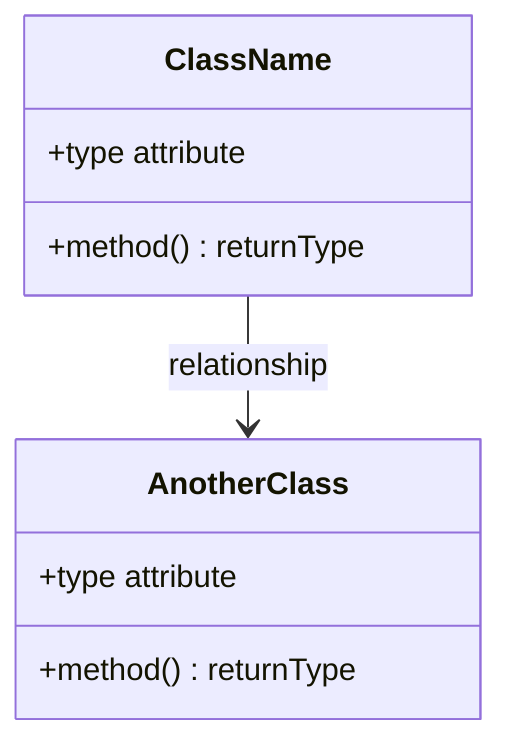
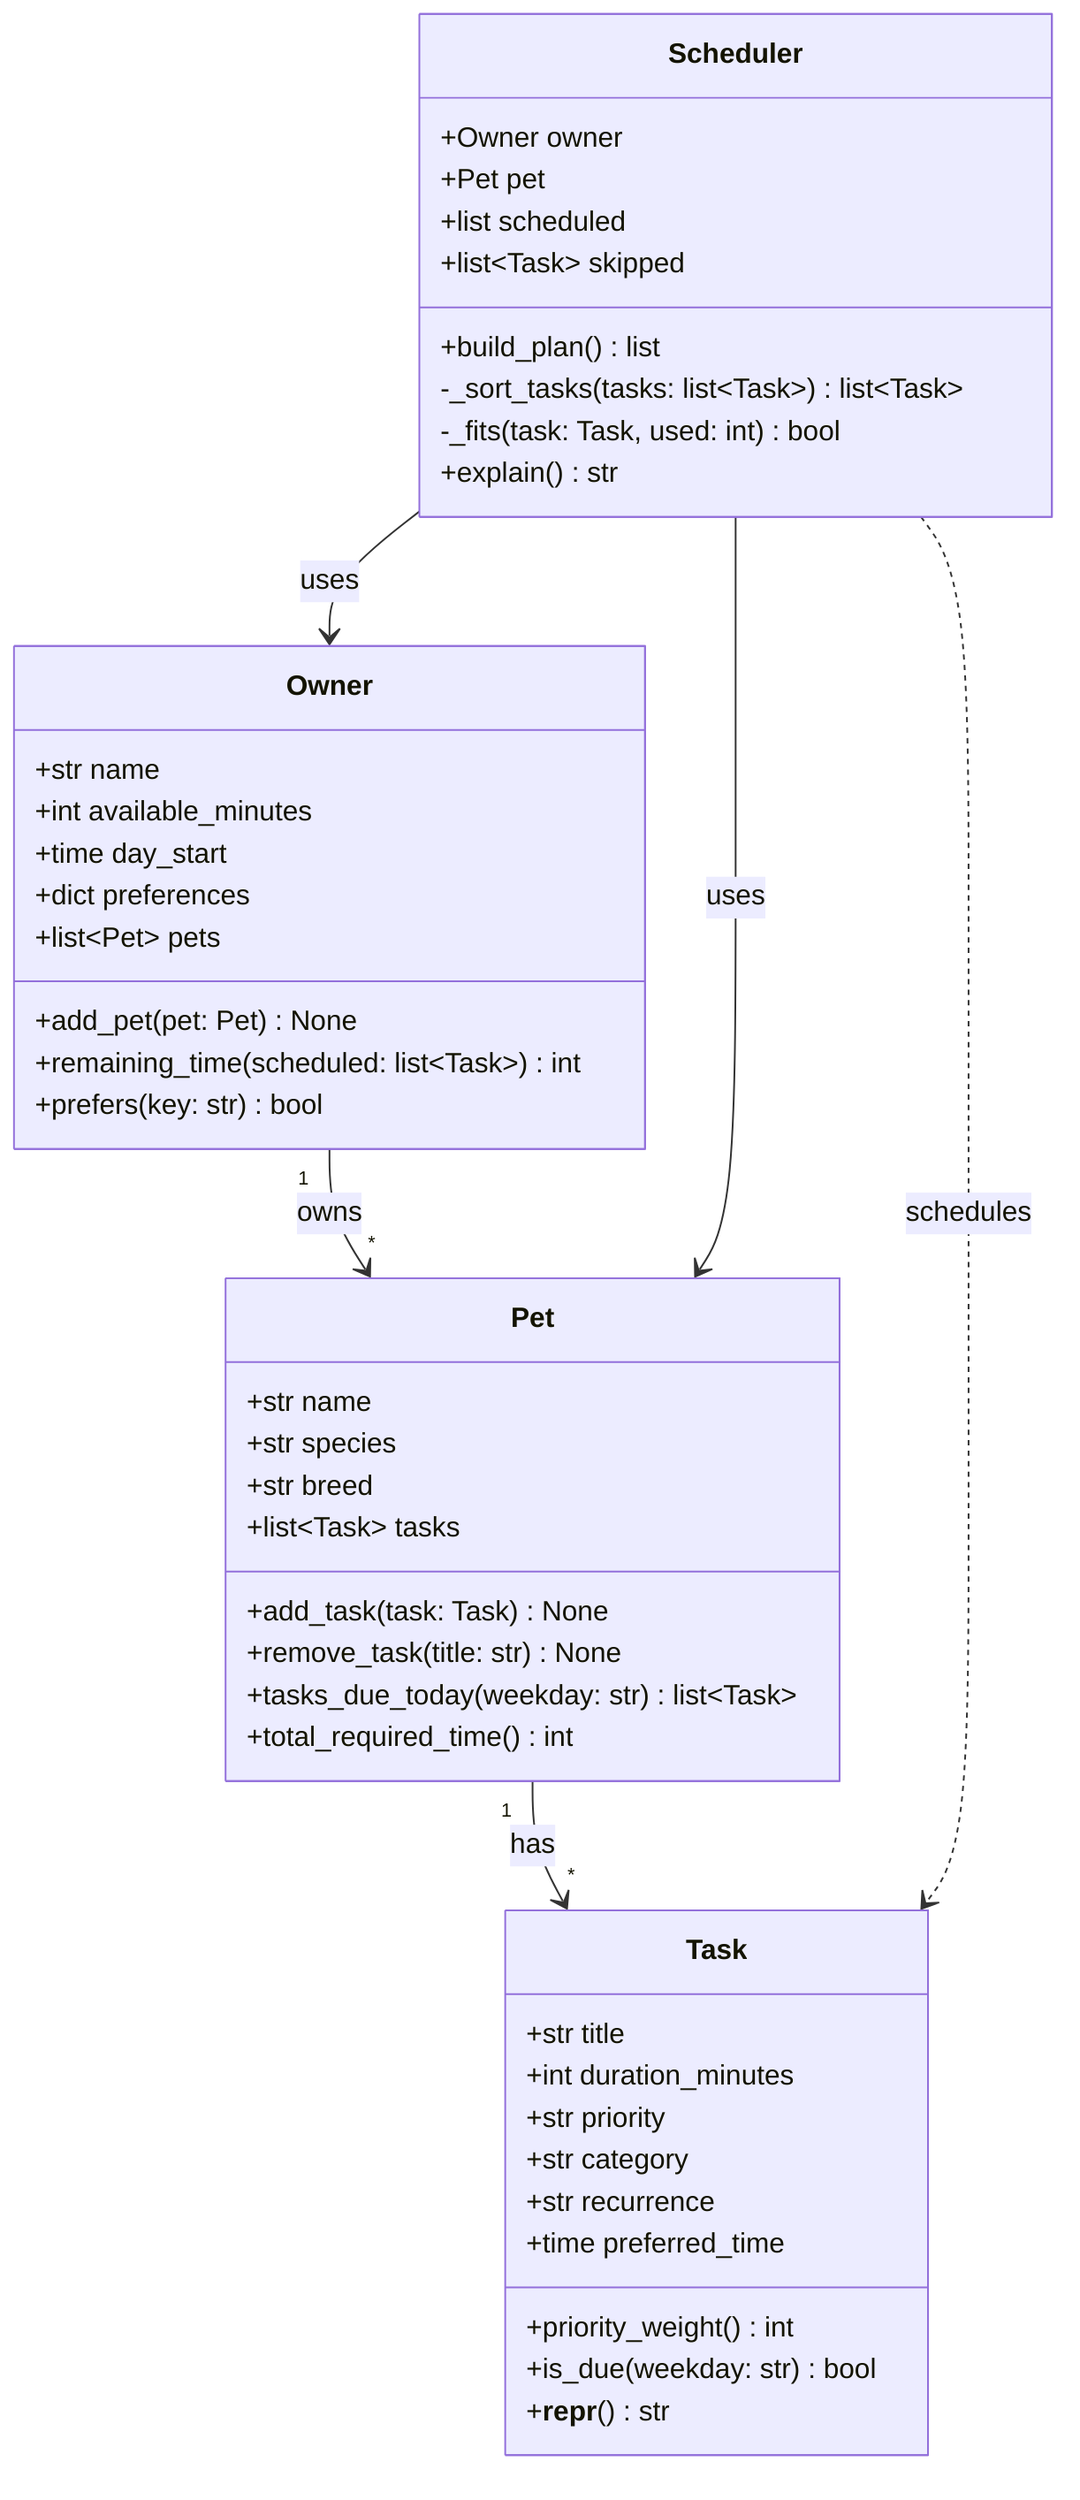
classDiagram
-     %% Replace the placeholders below with your actual classes, attributes, methods, and relationships.
-     %% Keep this file updated so it matches your final implementation.
- 
-     class ClassName {
-         +type attribute
-         +method() returnType
+     class Owner {
+         +str name
+         +int available_minutes
+         +time day_start
+         +dict preferences
+         +list~Pet~ pets
+         +add_pet(pet: Pet) None
+         +remaining_time(scheduled: list~Task~) int
+         +prefers(key: str) bool
    }

-     class AnotherClass {
-         +type attribute
-         +method() returnType
+     class Pet {
+         +str name
+         +str species
+         +str breed
+         +list~Task~ tasks
+         +add_task(task: Task) None
+         +remove_task(title: str) None
+         +tasks_due_today(weekday: str) list~Task~
+         +total_required_time() int
    }

-     ClassName --> AnotherClass : relationship
+     class Task {
+         +str title
+         +int duration_minutes
+         +str priority
+         +str category
+         +str recurrence
+         +time preferred_time
+         +priority_weight() int
+         +is_due(weekday: str) bool
+         +__repr__() str
+     }
+ 
+     class Scheduler {
+         +Owner owner
+         +Pet pet
+         +list scheduled
+         +list~Task~ skipped
+         +build_plan() list
+         -_sort_tasks(tasks: list~Task~) list~Task~
+         -_fits(task: Task, used: int) bool
+         +explain() str
+     }
+ 
+     Owner "1" --> "*" Pet : owns
+     Pet "1" --> "*" Task : has
+     Scheduler --> Owner : uses
+     Scheduler --> Pet : uses
+     Scheduler ..> Task : schedules
